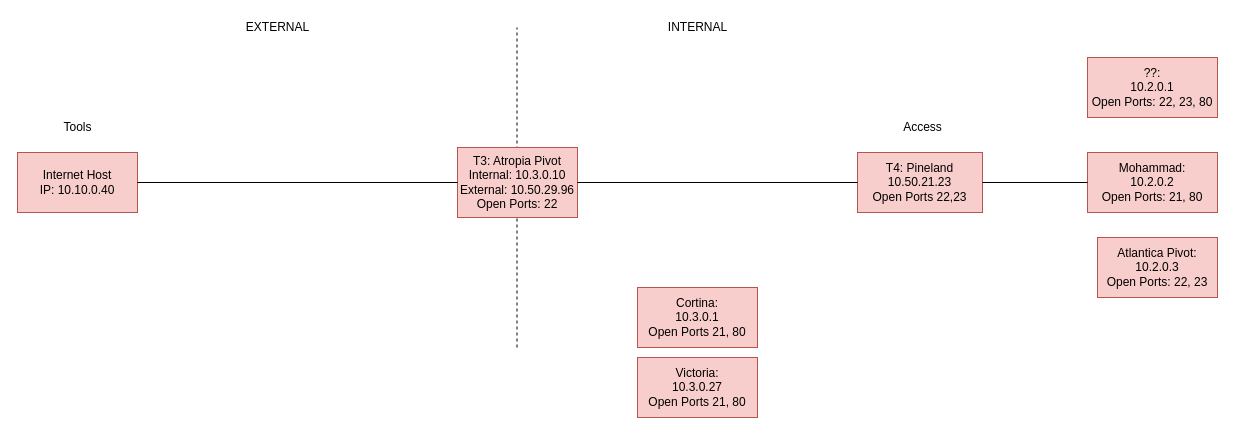
The draw.io diagram ctf/CTF_tunneling_map.drawio in abfarr/cctc, before the edit. Source tidied: cells renumbered, new cells numbered last; positions are measured from the earlier drawing's top-left corner, leaving out a move shared by most shapes. Both pictures are drawn from the tidied source at 100%, with x=0, y=0 at pixel (17, 17).
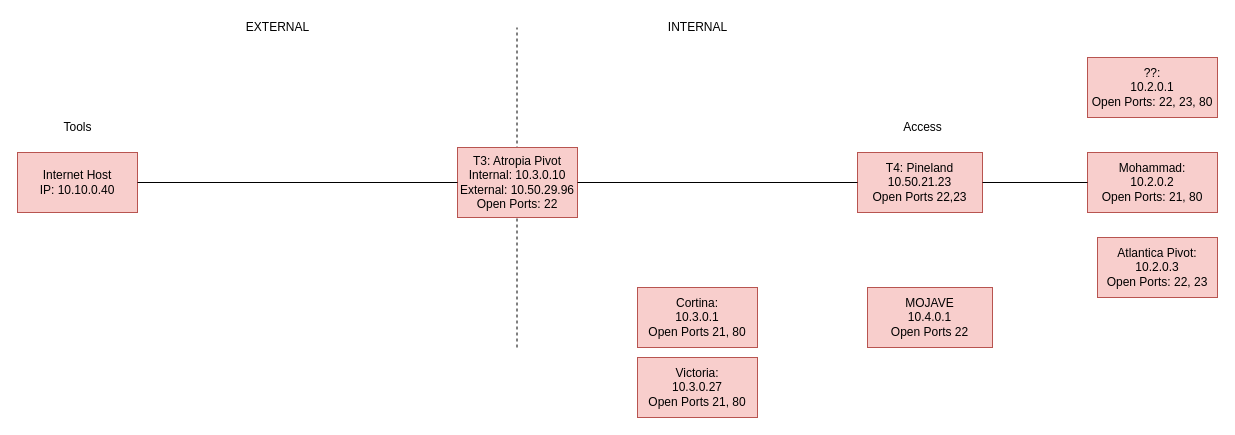
Above is the later version.

Change to the diagram source:
```diff
@@
 <mxGraphModel>
   <root>
     <mxCell id="0" />
     <mxCell id="1" parent="0" />
     <mxCell id="2" style="endArrow=none;dashed=1;html=1;rounded=0;" parent="1" edge="1">
       <mxGeometry relative="1" as="geometry">
         <mxPoint x="499.5" y="330" as="sourcePoint" />
         <mxPoint x="499.5" y="10" as="targetPoint" />
       </mxGeometry>
     </mxCell>
     <mxCell id="3" value="Internet Host&lt;br&gt;IP: 10.10.0.40" style="rounded=0;whiteSpace=wrap;html=1;fillColor=#f8cecc;strokeColor=#b85450;" parent="1" vertex="1">
       <mxGeometry y="135" width="120" height="60" as="geometry" />
     </mxCell>
     <mxCell id="4" value="Tools" style="text;html=1;align=center;verticalAlign=middle;strokeColor=none;fillColor=none;" parent="1" vertex="1">
       <mxGeometry x="40" y="100" width="40" height="20" as="geometry" />
     </mxCell>
     <mxCell id="5" value="T3: Atropia Pivot&lt;br&gt;Internal: 10.3.0.10&lt;br&gt;External: 10.50.29.96&lt;br&gt;Open Ports: 22" style="rounded=0;whiteSpace=wrap;html=1;fillColor=#f8cecc;strokeColor=#b85450;" parent="1" vertex="1">
       <mxGeometry x="440" y="130" width="120" height="70" as="geometry" />
     </mxCell>
     <mxCell id="6" value="EXTERNAL" style="text;html=1;align=center;verticalAlign=middle;strokeColor=none;fillColor=none;" parent="1" vertex="1">
       <mxGeometry x="220" width="80" height="20" as="geometry" />
     </mxCell>
     <mxCell id="7" value="INTERNAL" style="text;html=1;align=center;verticalAlign=middle;strokeColor=none;fillColor=none;" parent="1" vertex="1">
       <mxGeometry x="645" width="70" height="20" as="geometry" />
     </mxCell>
     <mxCell id="8" value="T4: Pineland&lt;br&gt;10.50.21.23&lt;br&gt;Open Ports 22,23" style="rounded=0;whiteSpace=wrap;html=1;fillColor=#f8cecc;strokeColor=#b85450;" parent="1" vertex="1">
       <mxGeometry x="840" y="135" width="125" height="60" as="geometry" />
     </mxCell>
     <mxCell id="9" value="Mohammad:&lt;br&gt;10.2.0.2&lt;br&gt;Open Ports: 21, 80" style="rounded=0;whiteSpace=wrap;html=1;fillColor=#f8cecc;strokeColor=#b85450;" parent="1" vertex="1">
       <mxGeometry x="1070" y="135" width="130" height="60" as="geometry" />
     </mxCell>
     <mxCell id="10" value="Access" style="text;html=1;align=center;verticalAlign=middle;strokeColor=none;fillColor=none;" parent="1" vertex="1">
       <mxGeometry x="880" y="100" width="50" height="20" as="geometry" />
     </mxCell>
     <mxCell id="11" style="endArrow=none;html=1;rounded=0;exitX=1;exitY=0.5;exitDx=0;exitDy=0;entryX=0;entryY=0.5;entryDx=0;entryDy=0;" parent="1" edge="1" source="3" target="5">
       <mxGeometry relative="1" as="geometry" />
     </mxCell>
     <mxCell id="12" style="endArrow=none;html=1;rounded=0;exitX=0;exitY=0.5;exitDx=0;exitDy=0;entryX=1;entryY=0.5;entryDx=0;entryDy=0;" parent="1" edge="1" source="8" target="5">
       <mxGeometry relative="1" as="geometry" />
     </mxCell>
     <mxCell id="13" style="endArrow=none;html=1;rounded=0;entryX=1;entryY=0.5;entryDx=0;entryDy=0;" parent="1" edge="1" source="9" target="8">
       <mxGeometry relative="1" as="geometry" />
     </mxCell>
     <mxCell id="14" value="Atlantica Pivot:&lt;br&gt;10.2.0.3&lt;br&gt;Open Ports: 22, 23" style="rounded=0;whiteSpace=wrap;html=1;fillColor=#f8cecc;strokeColor=#b85450;" parent="1" vertex="1">
       <mxGeometry x="1080" y="220" width="120" height="60" as="geometry" />
     </mxCell>
     <mxCell id="15" value="Cortina:&lt;br&gt;10.3.0.1&lt;br&gt;Open Ports 21, 80" style="rounded=0;whiteSpace=wrap;html=1;fillColor=#f8cecc;strokeColor=#b85450;" parent="1" vertex="1">
       <mxGeometry x="620" y="270" width="120" height="60" as="geometry" />
     </mxCell>
     <mxCell id="16" value="Victoria:&lt;br&gt;10.3.0.27&lt;br&gt;Open Ports 21, 80" style="rounded=0;whiteSpace=wrap;html=1;fillColor=#f8cecc;strokeColor=#b85450;" parent="1" vertex="1">
       <mxGeometry x="620" y="340" width="120" height="60" as="geometry" />
     </mxCell>
     <mxCell id="17" value="??:&lt;br&gt;10.2.0.1&lt;br&gt;Open Ports: 22, 23, 80" style="rounded=0;whiteSpace=wrap;html=1;fillColor=#f8cecc;strokeColor=#b85450;" parent="1" vertex="1">
       <mxGeometry x="1070" y="40" width="130" height="60" as="geometry" />
     </mxCell>
+    <mxCell id="18" value="MOJAVE&lt;br&gt;10.4.0.1&lt;br&gt;Open Ports 22" style="rounded=0;whiteSpace=wrap;html=1;fillColor=#f8cecc;strokeColor=#b85450;" parent="1" vertex="1">
+      <mxGeometry x="850" y="270" width="125" height="60" as="geometry" />
+    </mxCell>
   </root>
 </mxGraphModel>
```
